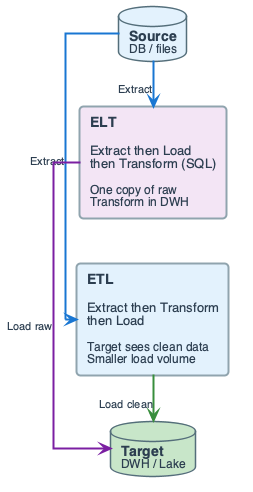
Above: diagrams/week04/week4_etl_vs_elt.png in OrPerets/data-engineering-course (PlantUML), before the change. Source of this version:
```plantuml
@startuml

left to right direction
skinparam linetype ortho
skinparam shadowing false
skinparam roundcorner 8
skinparam handwritten false
skinparam nodesep 45
skinparam ranksep 55

skinparam defaultFontName "Segoe UI, Helvetica, sans-serif"
skinparam defaultFontSize 16
skinparam defaultFontColor #2C3E50

skinparam rectangle {
    BackgroundColor #F8F9FA
    BorderColor #90A4AE
    BorderThickness 2
    FontSize 14
    Padding 16
}
skinparam component {
    BackgroundColor #FFFFFF
    BorderColor #78909C
    BorderThickness 1.5
    FontSize 14
    Padding 12
}
skinparam database {
    BackgroundColor #ECEFF1
    BorderColor #546E7A
    BorderThickness 1.5
    FontSize 14
}
skinparam arrow {
    Color #607D8B
    Thickness 2.5
    FontSize 12
}

rectangle "**ETL**\n\n<size:13>Extract then Transform</size>\n<size:13>then Load</size>\n\n<size:12>Target sees clean data</size>\n<size:12>Smaller load volume</size>" as ETL #E3F2FD

rectangle "**ELT**\n\n<size:13>Extract then Load</size>\n<size:13>then Transform (SQL)</size>\n\n<size:12>One copy of raw</size>\n<size:12>Transform in DWH</size>" as ELT #F3E5F5

database "**Source**\n<size:12>DB / files</size>" as SRC #E3F2FD
database "**Target**\n<size:12>DWH / Lake</size>" as TGT #C8E6C9

SRC -right[#1976D2,thickness=2]-> ETL : <size:11>Extract</size>
SRC -right[#1976D2,thickness=2]-> ELT : <size:11>Extract</size>
ETL -right[#388E3C,thickness=2]-> TGT : <size:11>Load clean</size>
ELT -right[#7B1FA2,thickness=2]-> TGT : <size:11>Load raw</size>
TGT -[hidden]right- ELT

@enduml
```
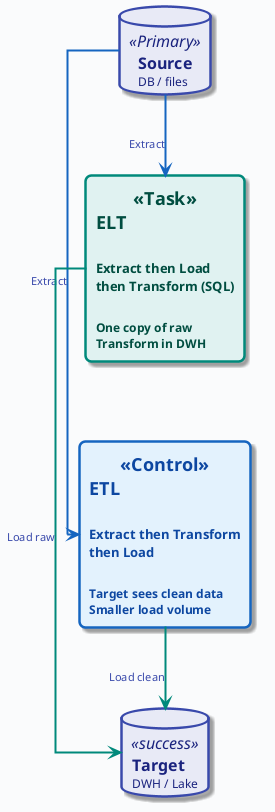
Later version of the same file.

What changed in the source:
```diff
@@ -1,54 +1,20 @@
 @startuml
 
+!include ../_template_styles.puml
+
 left to right direction
-skinparam linetype ortho
-skinparam shadowing false
-skinparam roundcorner 8
-skinparam handwritten false
-skinparam nodesep 45
-skinparam ranksep 55
 
-skinparam defaultFontName "Segoe UI, Helvetica, sans-serif"
-skinparam defaultFontSize 16
-skinparam defaultFontColor #2C3E50
+rectangle "**ETL**\n\n<size:13>Extract then Transform</size>\n<size:13>then Load</size>\n\n<size:12>Target sees clean data</size>\n<size:12>Smaller load volume</size>" as ETL <<Control>>
 
-skinparam rectangle {
-    BackgroundColor #F8F9FA
-    BorderColor #90A4AE
-    BorderThickness 2
-    FontSize 14
-    Padding 16
-}
-skinparam component {
-    BackgroundColor #FFFFFF
-    BorderColor #78909C
-    BorderThickness 1.5
-    FontSize 14
-    Padding 12
-}
-skinparam database {
-    BackgroundColor #ECEFF1
-    BorderColor #546E7A
-    BorderThickness 1.5
-    FontSize 14
-}
-skinparam arrow {
-    Color #607D8B
-    Thickness 2.5
-    FontSize 12
-}
+rectangle "**ELT**\n\n<size:13>Extract then Load</size>\n<size:13>then Transform (SQL)</size>\n\n<size:12>One copy of raw</size>\n<size:12>Transform in DWH</size>" as ELT <<Task>>
 
-rectangle "**ETL**\n\n<size:13>Extract then Transform</size>\n<size:13>then Load</size>\n\n<size:12>Target sees clean data</size>\n<size:12>Smaller load volume</size>" as ETL #E3F2FD
+database "**Source**\n<size:12>DB / files</size>" as SRC <<Primary>>
+database "**Target**\n<size:12>DWH / Lake</size>" as TGT <<success>>
 
-rectangle "**ELT**\n\n<size:13>Extract then Load</size>\n<size:13>then Transform (SQL)</size>\n\n<size:12>One copy of raw</size>\n<size:12>Transform in DWH</size>" as ELT #F3E5F5
-
-database "**Source**\n<size:12>DB / files</size>" as SRC #E3F2FD
-database "**Target**\n<size:12>DWH / Lake</size>" as TGT #C8E6C9
-
-SRC -right[#1976D2,thickness=2]-> ETL : <size:11>Extract</size>
-SRC -right[#1976D2,thickness=2]-> ELT : <size:11>Extract</size>
-ETL -right[#388E3C,thickness=2]-> TGT : <size:11>Load clean</size>
-ELT -right[#7B1FA2,thickness=2]-> TGT : <size:11>Load raw</size>
+SRC -right[#1565C0,thickness=2]-> ETL : <size:11>Extract</size>
+SRC -right[#1565C0,thickness=2]-> ELT : <size:11>Extract</size>
+ETL -right[#00897B,thickness=2]-> TGT : <size:11>Load clean</size>
+ELT -right[#00897B,thickness=2]-> TGT : <size:11>Load raw</size>
 TGT -[hidden]right- ELT
 
 @enduml
```
